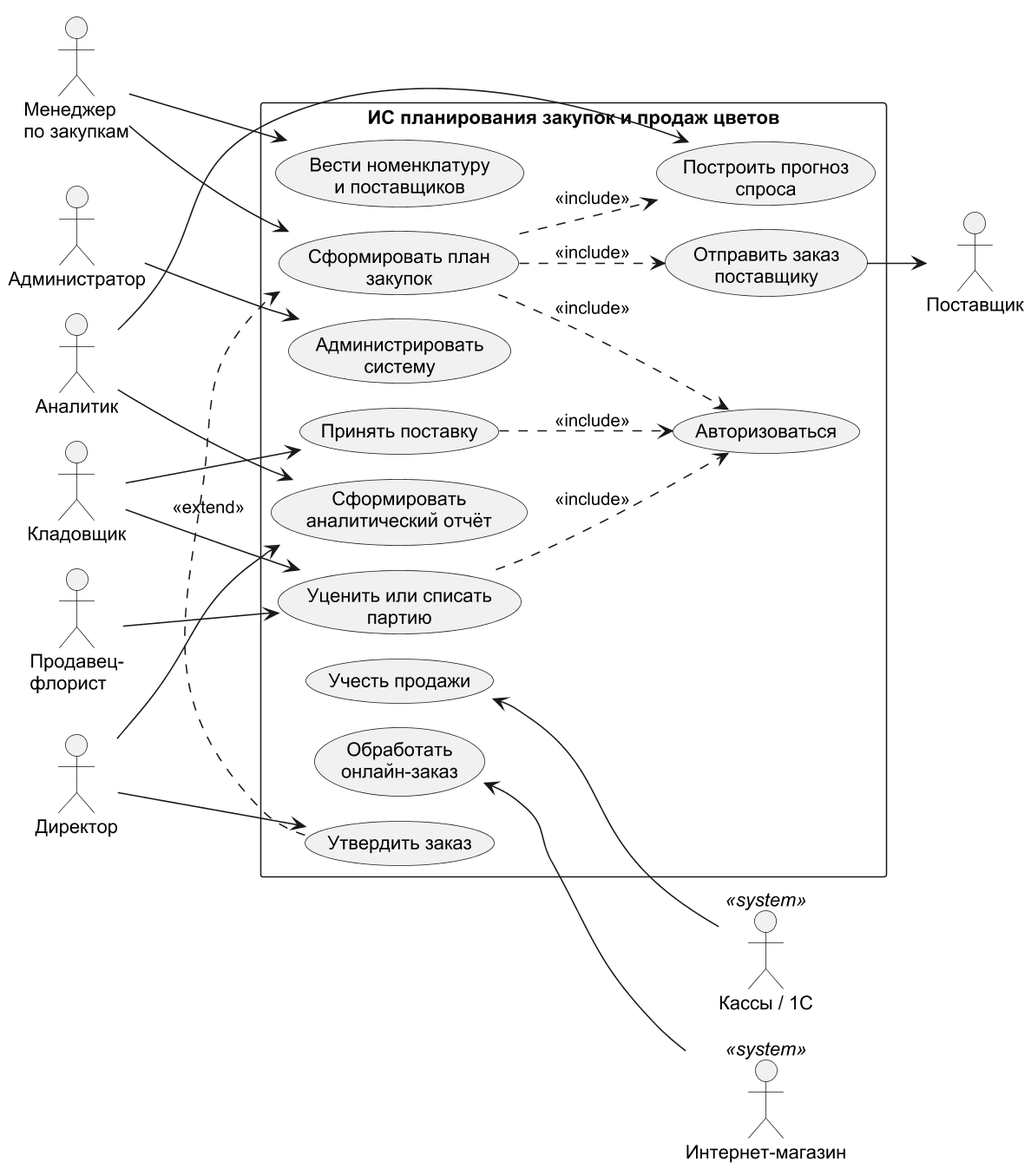
Before: diagrams/uml_usecase.png, a diagram exported from PlantUML (DarkSwordman999/flower-demand-planning). Its source is kept beside it as diagrams/uml_usecase.puml.
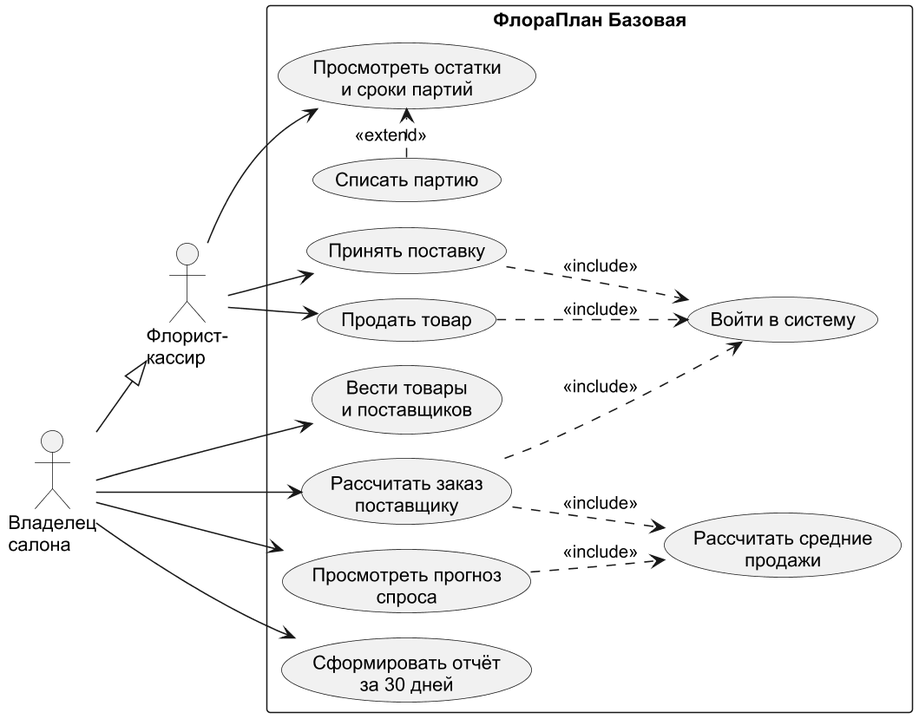
Later version of the same file.

The edit, as a diff of the source:
```diff
@@ -5,46 +5,32 @@
 skinparam shadowing false
 skinparam monochrome true
 left to right direction
-actor "Менеджер\nпо закупкам" as MZ
-actor "Кладовщик" as KL
-actor "Продавец-\nфлорист" as PF
-actor "Директор" as DIR
-actor "Аналитик" as AN
-actor "Администратор" as AD
-actor "Кассы / 1С" as KKT <<system>>
-actor "Интернет-магазин" as WEB <<system>>
-actor "Поставщик" as SUP
-rectangle "ИС планирования закупок и продаж цветов" {
-  usecase "Авторизоваться" as U0
-  usecase "Вести номенклатуру\nи поставщиков" as U1
-  usecase "Принять поставку" as U2
-  usecase "Учесть продажи" as U3
-  usecase "Обработать\nонлайн-заказ" as U4
-  usecase "Построить прогноз\nспроса" as U5
-  usecase "Сформировать план\nзакупок" as U6
-  usecase "Утвердить заказ" as U7
-  usecase "Отправить заказ\nпоставщику" as U8
-  usecase "Уценить или списать\nпартию" as U9
-  usecase "Сформировать\nаналитический отчёт" as U10
-  usecase "Администрировать\nсистему" as U11
+actor "Флорист-\nкассир" as FL
+actor "Владелец\nсалона" as OW
+rectangle "ФлораПлан Базовая" {
+  usecase "Войти в систему" as U0
+  usecase "Принять поставку" as U1
+  usecase "Продать товар" as U2
+  usecase "Просмотреть остатки\nи сроки партий" as U3
+  usecase "Списать партию" as U4
+  usecase "Вести товары\nи поставщиков" as U5
+  usecase "Просмотреть прогноз\nспроса" as U6
+  usecase "Рассчитать заказ\nпоставщику" as U7
+  usecase "Рассчитать средние\nпродажи" as U9
+  usecase "Сформировать отчёт\nза 30 дней" as U8
 }
-MZ --> U1
-MZ --> U6
-KL --> U2
-KL --> U9
-PF --> U9
-DIR --> U7
-DIR --> U10
-AN --> U5
-AN --> U10
-AD --> U11
-U3 <-- KKT
-U4 <-- WEB
-U6 ..> U5 : <<include>>
-U6 ..> U8 : <<include>>
-U7 .> U6 : <<extend>>
-U8 --> SUP
+OW --|> FL
+FL --> U1
+FL --> U2
+FL --> U3
+OW --> U5
+OW --> U6
+OW --> U7
+OW --> U8
+U4 .> U3 : <<extend>>
+U6 ..> U9 : <<include>>
+U7 ..> U9 : <<include>>
+U1 ..> U0 : <<include>>
 U2 ..> U0 : <<include>>
-U6 ..> U0 : <<include>>
-U9 ..> U0 : <<include>>
+U7 ..> U0 : <<include>>
 @enduml
```
